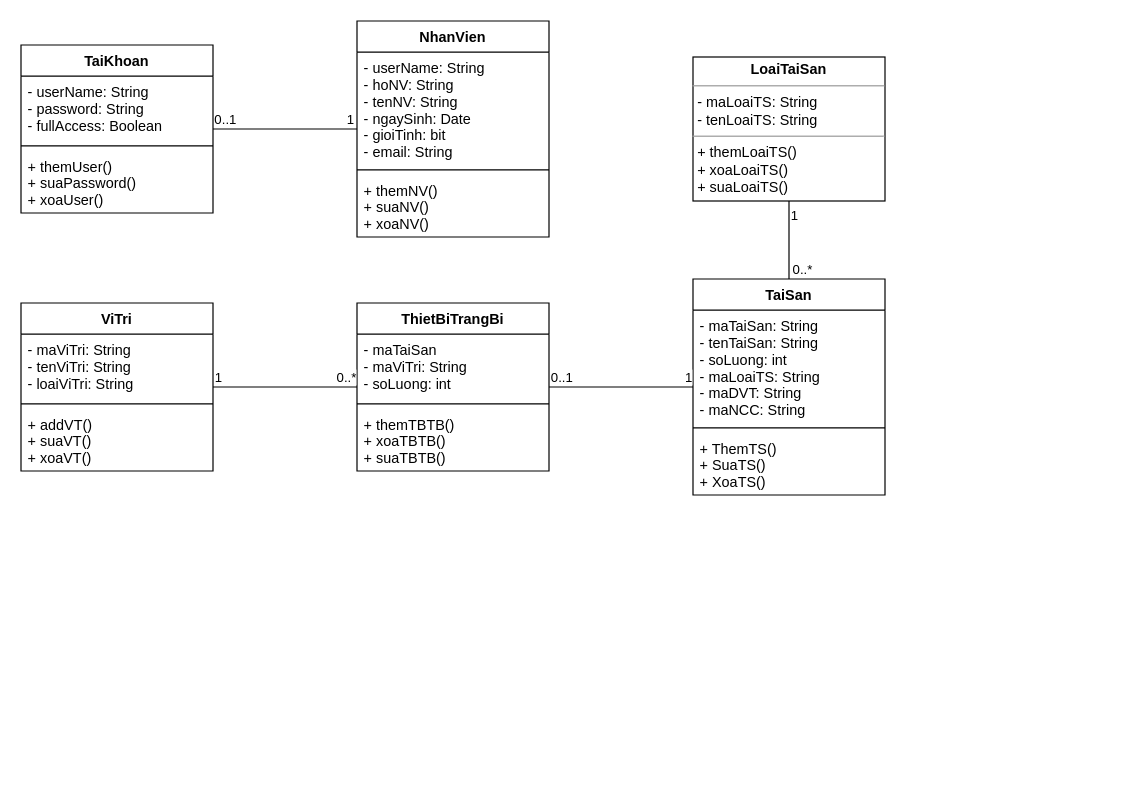
Earlier version of the draw.io diagram Class Diagram.drawio (LocalHost127000/OODA). Source tidied: cells renumbered, new cells numbered last; positions are measured from the earlier drawing's top-left corner, leaving out a move shared by most shapes. Both pictures are drawn from the tidied source at 120%, with x=0, y=0 at pixel (20, 20).
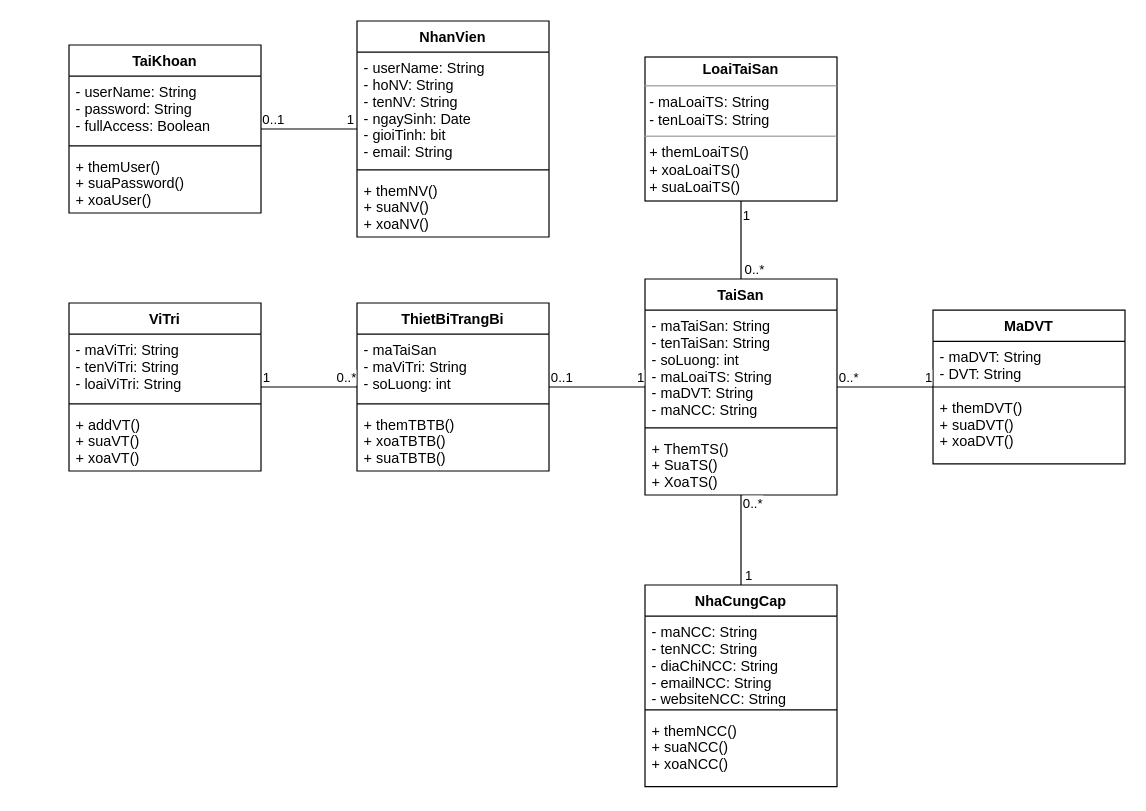
Above is the later version.

What changed in the source:
```diff
@@
     <mxCell id="2" value="TaiKhoan" style="swimlane;fontStyle=1;align=center;verticalAlign=top;horizontal=1;startSize=26;fillColor=none;" parent="1" vertex="1">
-      <mxGeometry y="20" width="160" height="140" as="geometry" />
+      <mxGeometry x="40" y="20" width="160" height="140" as="geometry" />
     </mxCell>
@@
     <mxCell id="10" value="ViTri" style="swimlane;fontStyle=1;align=center;verticalAlign=top;horizontal=1;startSize=26;fillColor=none;" parent="1" vertex="1">
-      <mxGeometry y="235" width="160" height="140" as="geometry" />
+      <mxGeometry x="40" y="235" width="160" height="140" as="geometry" />
     </mxCell>
@@
     <mxCell id="18" value="TaiSan" style="swimlane;fontStyle=1;align=center;verticalAlign=top;horizontal=1;startSize=26;fillColor=none;" parent="1" vertex="1">
-      <mxGeometry x="560" y="215" width="160" height="180" as="geometry" />
+      <mxGeometry x="520" y="215" width="160" height="180" as="geometry" />
     </mxCell>
@@
     <mxCell id="31" value="&lt;p style=&quot;margin: 0px ; margin-top: 4px ; text-align: center&quot;&gt;&lt;b&gt;LoaiTaiSan&lt;/b&gt;&lt;/p&gt;&lt;hr size=&quot;1&quot;&gt;&lt;p style=&quot;margin: 0px ; margin-left: 4px&quot;&gt;- maLoaiTS: String&lt;/p&gt;&lt;p style=&quot;margin: 0px ; margin-left: 4px&quot;&gt;- tenLoaiTS: String&lt;/p&gt;&lt;hr size=&quot;1&quot;&gt;&lt;p style=&quot;margin: 0px ; margin-left: 4px&quot;&gt;+ themLoaiTS()&lt;/p&gt;&lt;p style=&quot;margin: 0px ; margin-left: 4px&quot;&gt;+ xoaLoaiTS()&lt;/p&gt;&lt;p style=&quot;margin: 0px ; margin-left: 4px&quot;&gt;+ suaLoaiTS()&lt;/p&gt;" style="verticalAlign=top;align=left;overflow=fill;fontSize=12;fontFamily=Helvetica;html=1;fillColor=none;" parent="1" vertex="1">
-      <mxGeometry x="560" y="30" width="160" height="120" as="geometry" />
+      <mxGeometry x="520" y="30" width="160" height="120" as="geometry" />
     </mxCell>
@@
+    <mxCell id="35" value="MaDVT" style="swimlane;fontStyle=1;align=center;verticalAlign=top;horizontal=1;startSize=26;fillColor=none;" parent="1" vertex="1">
+      <mxGeometry x="760" y="241" width="160" height="128" as="geometry" />
+    </mxCell>
+    <mxCell id="36" value="- maDVT: String&#10;- DVT: String" style="text;strokeColor=none;fillColor=none;align=left;verticalAlign=top;spacingLeft=4;spacingRight=4;overflow=hidden;" parent="35" vertex="1">
+      <mxGeometry y="26" width="160" height="34" as="geometry" />
+    </mxCell>
+    <mxCell id="37" style="line;strokeWidth=1;fillColor=none;align=left;verticalAlign=middle;spacingTop=-1;spacingLeft=3;spacingRight=3;labelPosition=right;" parent="35" vertex="1">
+      <mxGeometry y="60" width="160" height="8" as="geometry" />
+    </mxCell>
+    <mxCell id="38" value="+ themDVT()&#10;+ suaDVT()&#10;+ xoaDVT()" style="text;strokeColor=none;fillColor=none;align=left;verticalAlign=top;spacingLeft=4;spacingRight=4;overflow=hidden;" parent="35" vertex="1">
+      <mxGeometry y="68" width="160" height="60" as="geometry" />
+    </mxCell>
+    <mxCell id="39" style="endArrow=none;html=1;edgeStyle=orthogonalEdgeStyle;" parent="1" edge="1" source="18" target="35">
+      <mxGeometry relative="1" as="geometry" />
+    </mxCell>
+    <mxCell id="40" value="0..*" style="edgeLabel;html=1;align=left;verticalAlign=bottom;" parent="39" vertex="1">
+      <mxGeometry x="-1" relative="1" as="geometry" />
+    </mxCell>
+    <mxCell id="41" value="1" style="edgeLabel;html=1;align=right;verticalAlign=bottom;" parent="39" vertex="1">
+      <mxGeometry x="1" relative="1" as="geometry" />
+    </mxCell>
+    <mxCell id="42" value="NhaCungCap" style="swimlane;fontStyle=1;align=center;verticalAlign=top;horizontal=1;startSize=26;fillColor=none;" parent="1" vertex="1">
+      <mxGeometry x="520" y="470" width="160" height="168" as="geometry" />
+    </mxCell>
+    <mxCell id="43" value="- maNCC: String&#10;- tenNCC: String&#10;- diaChiNCC: String&#10;- emailNCC: String&#10;- websiteNCC: String" style="text;strokeColor=none;fillColor=none;align=left;verticalAlign=top;spacingLeft=4;spacingRight=4;overflow=hidden;" parent="42" vertex="1">
+      <mxGeometry y="26" width="160" height="74" as="geometry" />
+    </mxCell>
+    <mxCell id="44" style="line;strokeWidth=1;fillColor=none;align=left;verticalAlign=middle;spacingTop=-1;spacingLeft=3;spacingRight=3;labelPosition=right;" parent="42" vertex="1">
+      <mxGeometry y="100" width="160" height="8" as="geometry" />
+    </mxCell>
+    <mxCell id="45" value="+ themNCC()&#10;+ suaNCC()&#10;+ xoaNCC()" style="text;strokeColor=none;fillColor=none;align=left;verticalAlign=top;spacingLeft=4;spacingRight=4;overflow=hidden;" parent="42" vertex="1">
+      <mxGeometry y="108" width="160" height="60" as="geometry" />
+    </mxCell>
+    <mxCell id="46" style="endArrow=none;html=1;edgeStyle=orthogonalEdgeStyle;" parent="1" edge="1" source="18" target="42">
+      <mxGeometry relative="1" as="geometry" />
+    </mxCell>
+    <mxCell id="47" value="0..*" style="edgeLabel;html=1;align=left;verticalAlign=bottom;" parent="46" vertex="1">
+      <mxGeometry x="-1" relative="1" as="geometry">
+        <mxPoint y="15" as="offset" />
+      </mxGeometry>
+    </mxCell>
+    <mxCell id="48" value="1" style="edgeLabel;html=1;align=right;verticalAlign=bottom;" parent="46" vertex="1">
+      <mxGeometry x="1" relative="1" as="geometry">
+        <mxPoint x="10" as="offset" />
+      </mxGeometry>
+    </mxCell>
```
